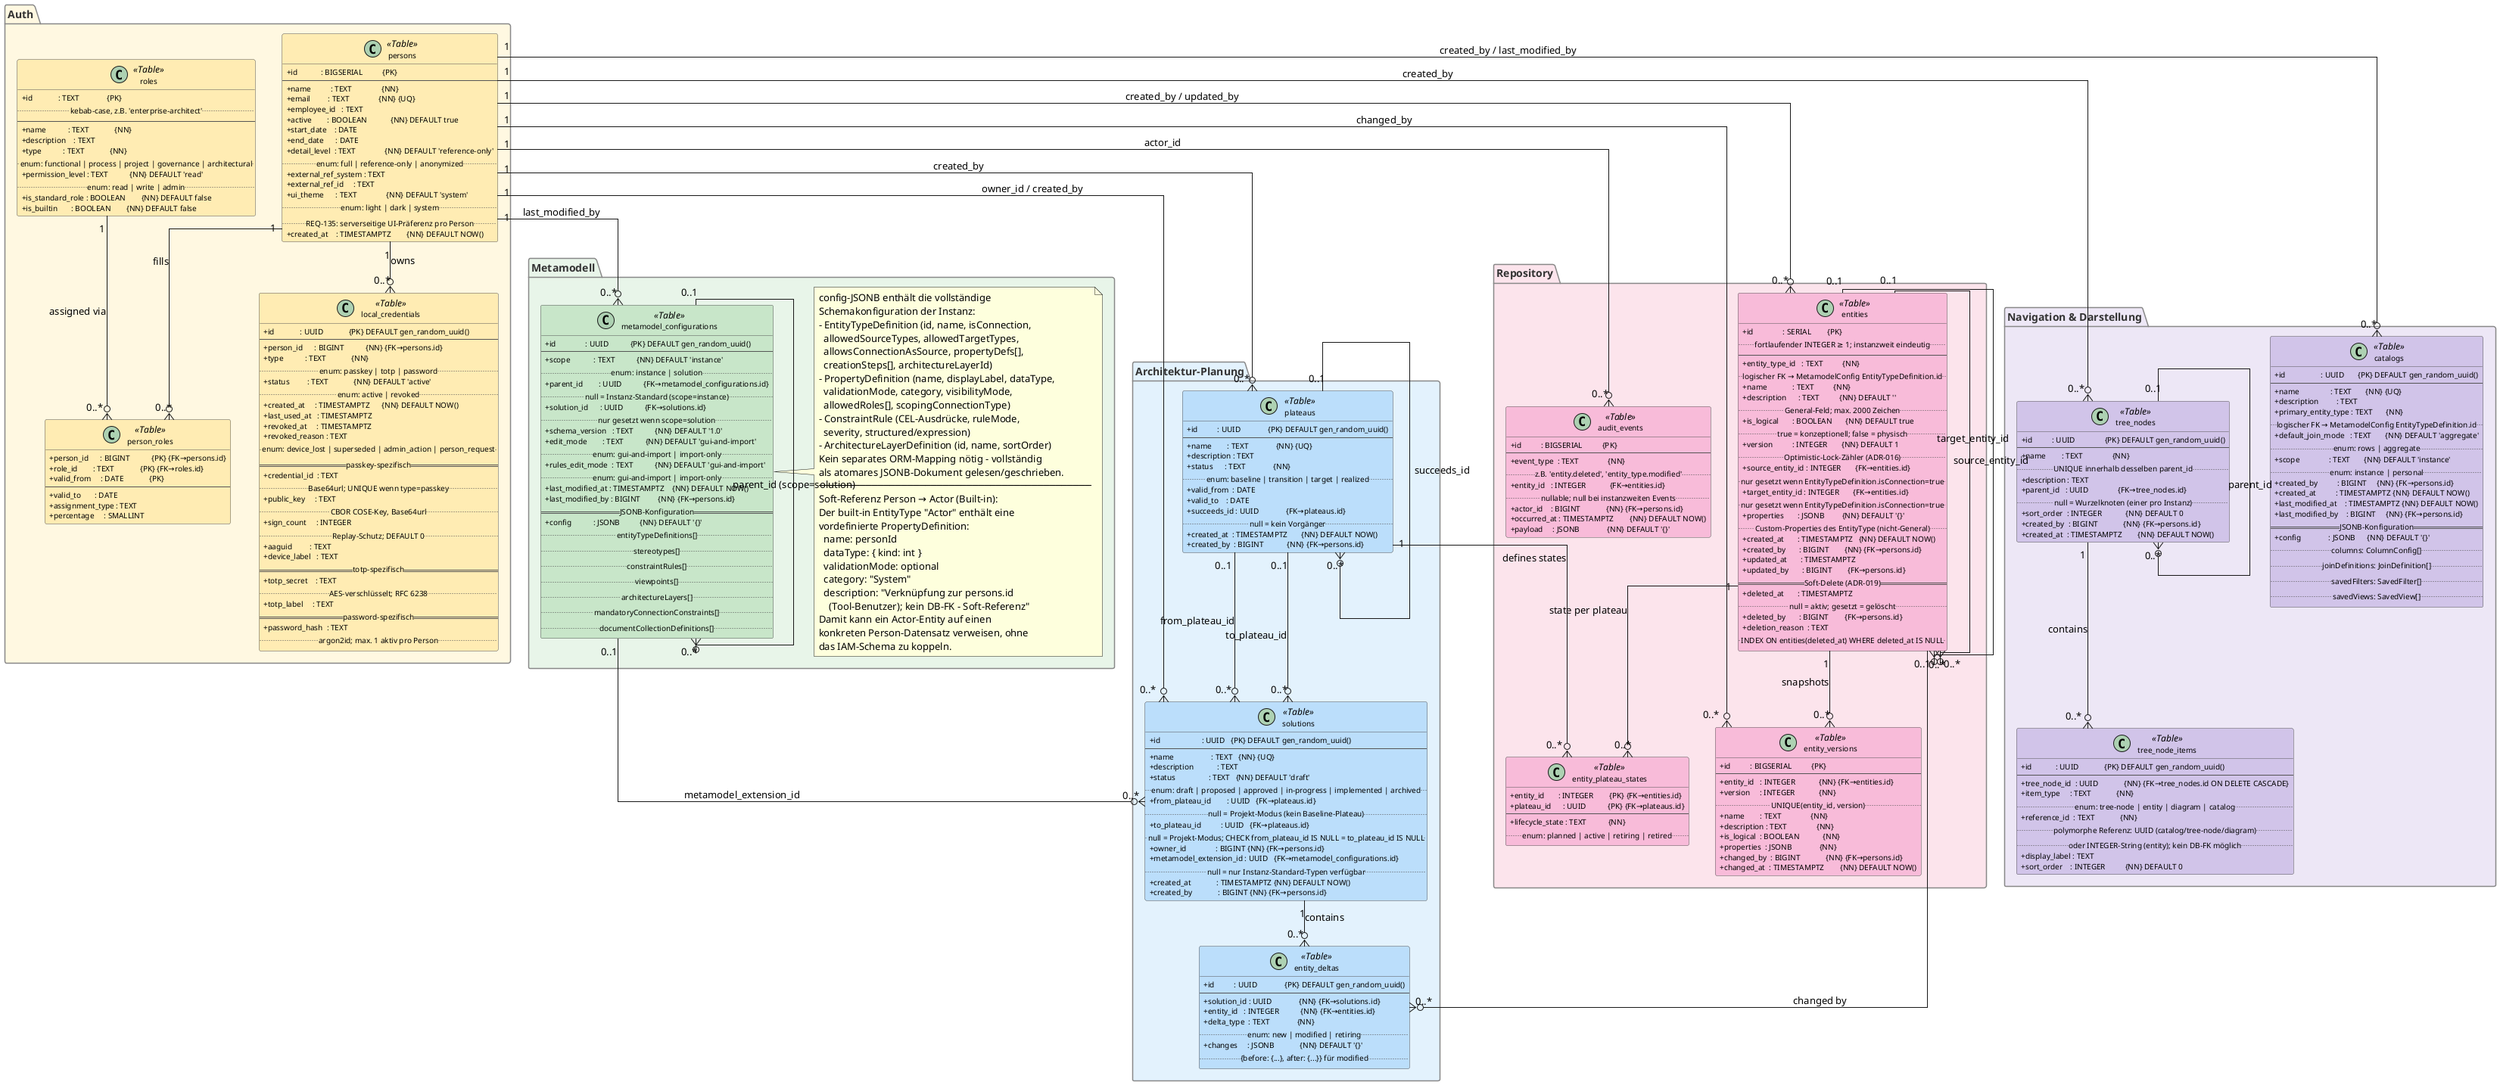
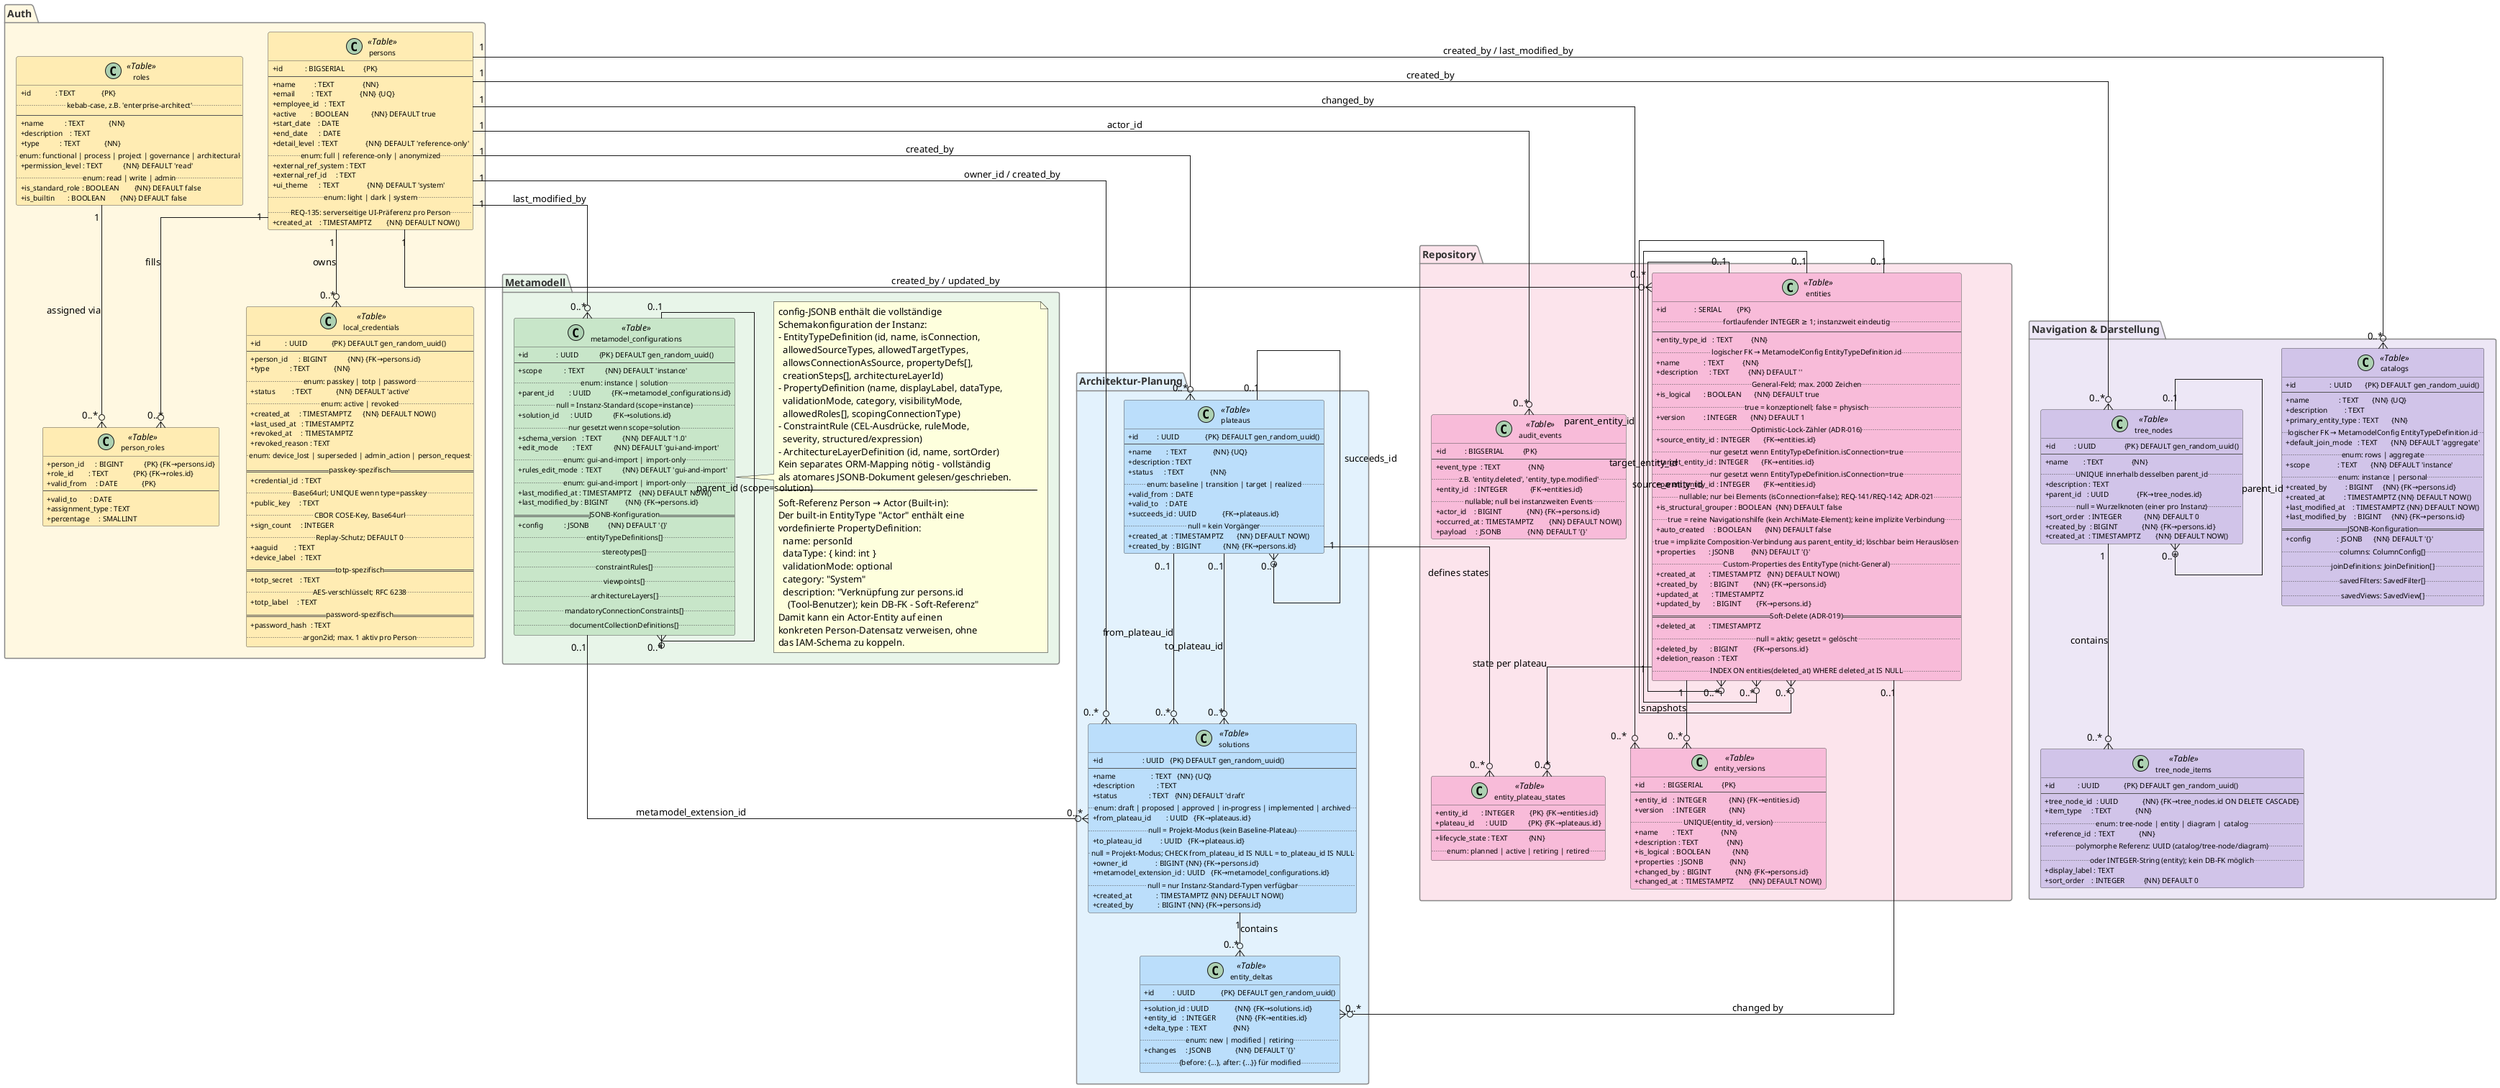
@startuml OEA – Datenmodell

' ─────────────────────────────────────────────────────
' Stil
' ─────────────────────────────────────────────────────
skinparam linetype ortho
skinparam classAttributeIconSize 0
skinparam class {
  BackgroundColor White
  BorderColor #555555
  FontSize 11
  AttributeFontSize 10
}
skinparam package {
  BorderColor #888888
  FontColor #333333
  BackgroundColor #F8F8F8
}
hide empty methods

' ─────────────────────────────────────────────────────
' Legende Konventionen
' {PK}   Primary Key
' {FK}   Foreign Key
' {UQ}   Unique Constraint
' {NN}   NOT NULL (implizit bei PK; explizit bei anderen)
' Enums als Kommentar: -- enum: a|b|c
' ─────────────────────────────────────────────────────

' ╔══════════════════════════════════════════════════════╗
' ║  AUTH                                               ║
' ╚══════════════════════════════════════════════════════╝
package "Auth" #FFF8E1 {

  class persons <<Table>> #FFECB3 {
    + id            : BIGSERIAL          {PK}
    --
    + name          : TEXT               {NN}
    + email         : TEXT               {NN} {UQ}
    + employee_id   : TEXT
    + active        : BOOLEAN            {NN} DEFAULT true
    + start_date    : DATE
    + end_date      : DATE
    + detail_level  : TEXT               {NN} DEFAULT 'reference-only'
    .. enum: full | reference-only | anonymized ..
    + external_ref_system : TEXT
    + external_ref_id     : TEXT
    + ui_theme      : TEXT               {NN} DEFAULT 'system'
    .. enum: light | dark | system ..
    .. REQ-135: serverseitige UI-Präferenz pro Person ..
    + created_at    : TIMESTAMPTZ        {NN} DEFAULT NOW()
  }

  class roles <<Table>> #FFECB3 {
    + id             : TEXT              {PK}
    .. kebab-case, z.B. 'enterprise-architect' ..
    --
    + name           : TEXT             {NN}
    + description    : TEXT
    + type           : TEXT             {NN}
    .. enum: functional | process | project | governance | architectural ..
    + permission_level : TEXT           {NN} DEFAULT 'read'
    .. enum: read | write | admin ..
    + is_standard_role : BOOLEAN        {NN} DEFAULT false
    + is_builtin       : BOOLEAN        {NN} DEFAULT false
  }

  class person_roles <<Table>> #FFECB3 {
    + person_id      : BIGINT           {PK} {FK→persons.id}
    + role_id        : TEXT             {PK} {FK→roles.id}
    + valid_from     : DATE             {PK}
    --
    + valid_to       : DATE
    + assignment_type : TEXT
    + percentage     : SMALLINT
  }

  class local_credentials <<Table>> #FFECB3 {
    + id             : UUID             {PK} DEFAULT gen_random_uuid()
    --
    + person_id      : BIGINT           {NN} {FK→persons.id}
    + type           : TEXT             {NN}
    .. enum: passkey | totp | password ..
    + status         : TEXT             {NN} DEFAULT 'active'
    .. enum: active | revoked ..
    + created_at     : TIMESTAMPTZ      {NN} DEFAULT NOW()
    + last_used_at   : TIMESTAMPTZ
    + revoked_at     : TIMESTAMPTZ
    + revoked_reason : TEXT
    .. enum: device_lost | superseded | admin_action | person_request ..
    == passkey-spezifisch ==
    + credential_id  : TEXT
    .. Base64url; UNIQUE wenn type=passkey ..
    + public_key     : TEXT
    .. CBOR COSE-Key, Base64url ..
    + sign_count     : INTEGER
    .. Replay-Schutz; DEFAULT 0 ..
    + aaguid         : TEXT
    + device_label   : TEXT
    == totp-spezifisch ==
    + totp_secret    : TEXT
    .. AES-verschlüsselt; RFC 6238 ..
    + totp_label     : TEXT
    == password-spezifisch ==
    + password_hash  : TEXT
    .. argon2id; max. 1 aktiv pro Person ..
  }

  persons       "1" --o{ "0..*" person_roles  : fills
  roles         "1" --o{ "0..*" person_roles  : assigned via
  persons       "1" --o{ "0..*" local_credentials : owns

}

' ╔══════════════════════════════════════════════════════╗
' ║  METAMODELL                                         ║
' ╚══════════════════════════════════════════════════════╝
package "Metamodell" #E8F5E9 {

  class metamodel_configurations <<Table>> #C8E6C9 {
    + id               : UUID           {PK} DEFAULT gen_random_uuid()
    --
    + scope            : TEXT           {NN} DEFAULT 'instance'
    .. enum: instance | solution ..
    + parent_id        : UUID           {FK→metamodel_configurations.id}
    .. null = Instanz-Standard (scope=instance) ..
    + solution_id      : UUID           {FK→solutions.id}
    .. nur gesetzt wenn scope=solution ..
    + schema_version   : TEXT           {NN} DEFAULT '1.0'
    + edit_mode        : TEXT           {NN} DEFAULT 'gui-and-import'
    .. enum: gui-and-import | import-only ..
    + rules_edit_mode  : TEXT           {NN} DEFAULT 'gui-and-import'
    .. enum: gui-and-import | import-only ..
    + last_modified_at : TIMESTAMPTZ    {NN} DEFAULT NOW()
    + last_modified_by : BIGINT         {NN} {FK→persons.id}
    == JSONB-Konfiguration ==
    + config           : JSONB          {NN} DEFAULT '{}'
    .. entityTypeDefinitions[]           ..
    .. stereotypes[]                     ..
    .. constraintRules[]                 ..
    .. viewpoints[]                      ..
    .. architectureLayers[]              ..
    .. mandatoryConnectionConstraints[]  ..
    .. documentCollectionDefinitions[]   ..
  }

  note right of metamodel_configurations
    config-JSONB enthält die vollständige
    Schemakonfiguration der Instanz:
    – EntityTypeDefinition (id, name, isConnection,
      allowedSourceTypes, allowedTargetTypes,
      allowsConnectionAsSource, propertyDefs[],
      creationSteps[], architectureLayerId)
    – PropertyDefinition (name, displayLabel, dataType,
      validationMode, category, visibilityMode,
      allowedRoles[], scopingConnectionType)
    – ConstraintRule (CEL-Ausdrücke, ruleMode,
      severity, structured/expression)
    – ArchitectureLayerDefinition (id, name, sortOrder)
    Kein separates ORM-Mapping nötig – vollständig
    als atomares JSONB-Dokument gelesen/geschrieben.
    ──────────────────────────────────────────────
    Soft-Referenz Person → Actor (Built-in):
    Der built-in EntityType "Actor" enthält eine
    vordefinierte PropertyDefinition:
      name: personId
      dataType: { kind: int }
      validationMode: optional
      category: "System"
      description: "Verknüpfung zur persons.id
        (Tool-Benutzer); kein DB-FK – Soft-Referenz"
    Damit kann ein Actor-Entity auf einen
    konkreten Person-Datensatz verweisen, ohne
    das IAM-Schema zu koppeln.
  end note

  metamodel_configurations "0..1" --o{ "0..*" metamodel_configurations : parent_id (scope=solution)

}

' ╔══════════════════════════════════════════════════════╗
' ║  ARCHITEKTUR-PLANUNG                                ║
' ╚══════════════════════════════════════════════════════╝
package "Architektur-Planung" #E3F2FD {

  class plateaus <<Table>> #BBDEFB {
    + id          : UUID              {PK} DEFAULT gen_random_uuid()
    --
    + name        : TEXT              {NN} {UQ}
    + description : TEXT
    + status      : TEXT              {NN}
    .. enum: baseline | transition | target | realized ..
    + valid_from  : DATE
    + valid_to    : DATE
    + succeeds_id : UUID              {FK→plateaus.id}
    .. null = kein Vorgänger ..
    + created_at  : TIMESTAMPTZ       {NN} DEFAULT NOW()
    + created_by  : BIGINT            {NN} {FK→persons.id}
  }

  class solutions <<Table>> #BBDEFB {
    + id                     : UUID   {PK} DEFAULT gen_random_uuid()
    --
    + name                   : TEXT   {NN} {UQ}
    + description            : TEXT
    + status                 : TEXT   {NN} DEFAULT 'draft'
    .. enum: draft | proposed | approved | in-progress | implemented | archived ..
    + from_plateau_id        : UUID   {FK→plateaus.id}
    .. null = Projekt-Modus (kein Baseline-Plateau) ..
    + to_plateau_id          : UUID   {FK→plateaus.id}
    .. null = Projekt-Modus; CHECK from_plateau_id IS NULL = to_plateau_id IS NULL ..
    + owner_id               : BIGINT {NN} {FK→persons.id}
    + metamodel_extension_id : UUID   {FK→metamodel_configurations.id}
    .. null = nur Instanz-Standard-Typen verfügbar ..
    + created_at             : TIMESTAMPTZ {NN} DEFAULT NOW()
    + created_by             : BIGINT {NN} {FK→persons.id}
  }

  class entity_deltas <<Table>> #BBDEFB {
    + id          : UUID              {PK} DEFAULT gen_random_uuid()
    --
    + solution_id : UUID              {NN} {FK→solutions.id}
    + entity_id   : INTEGER           {NN} {FK→entities.id}
    + delta_type  : TEXT              {NN}
    .. enum: new | modified | retiring ..
    + changes     : JSONB             {NN} DEFAULT '{}'
    .. {before: {...}, after: {...}} für modified ..
  }

  plateaus "0..1" --o{ "0..*" plateaus     : succeeds_id
  plateaus "0..1" --o{ "0..*" solutions    : from_plateau_id
  plateaus "0..1" --o{ "0..*" solutions    : to_plateau_id
  solutions "1"   --o{ "0..*" entity_deltas : contains
  metamodel_configurations "0..1" --o{ "0..*" solutions : metamodel_extension_id

}

' ╔══════════════════════════════════════════════════════╗
' ║  REPOSITORY (Kern-Datenhaltung)                     ║
' ╚══════════════════════════════════════════════════════╝
package "Repository" #FCE4EC {

  class entities <<Table>> #F8BBD9 {
    + id               : SERIAL        {PK}
    .. fortlaufender INTEGER ≥ 1; instanzweit eindeutig ..
    --
    + entity_type_id   : TEXT          {NN}
    .. logischer FK → MetamodelConfig EntityTypeDefinition.id ..
    + name             : TEXT          {NN}
    + description      : TEXT          {NN} DEFAULT ''
    .. General-Feld; max. 2000 Zeichen ..
    + is_logical       : BOOLEAN       {NN} DEFAULT true
    .. true = konzeptionell; false = physisch ..
    + version          : INTEGER       {NN} DEFAULT 1
    .. Optimistic-Lock-Zähler (ADR-016) ..
    + source_entity_id : INTEGER       {FK→entities.id}
    .. nur gesetzt wenn EntityTypeDefinition.isConnection=true ..
    + target_entity_id : INTEGER       {FK→entities.id}
    .. nur gesetzt wenn EntityTypeDefinition.isConnection=true ..
+     + parent_entity_id : INTEGER       {FK→entities.id}
+     .. nullable; nur bei Elements (isConnection=false); REQ-141/REQ-142; ADR-021 ..
+     + is_structural_grouper : BOOLEAN  {NN} DEFAULT false
+     .. true = reine Navigationshilfe (kein ArchiMate-Element); keine implizite Verbindung ..
+     + auto_created     : BOOLEAN       {NN} DEFAULT false
+     .. true = implizite Composition-Verbindung aus parent_entity_id; löschbar beim Herauslösen ..
    + properties       : JSONB         {NN} DEFAULT '{}'
    .. Custom-Properties des EntityType (nicht-General) ..
    + created_at       : TIMESTAMPTZ   {NN} DEFAULT NOW()
    + created_by       : BIGINT        {NN} {FK→persons.id}
    + updated_at       : TIMESTAMPTZ
    + updated_by       : BIGINT        {FK→persons.id}
    == Soft-Delete (ADR-019) ==
    + deleted_at       : TIMESTAMPTZ
    .. null = aktiv; gesetzt = gelöscht ..
    + deleted_by       : BIGINT        {FK→persons.id}
    + deletion_reason  : TEXT
    .. INDEX ON entities(deleted_at) WHERE deleted_at IS NULL ..
  }

  class entity_versions <<Table>> #F8BBD9 {
    + id          : BIGSERIAL          {PK}
    --
    + entity_id   : INTEGER            {NN} {FK→entities.id}
    + version     : INTEGER            {NN}
    .. UNIQUE(entity_id, version) ..
    + name        : TEXT               {NN}
    + description : TEXT               {NN}
    + is_logical  : BOOLEAN            {NN}
    + properties  : JSONB              {NN}
    + changed_by  : BIGINT             {NN} {FK→persons.id}
    + changed_at  : TIMESTAMPTZ        {NN} DEFAULT NOW()
  }

  class entity_plateau_states <<Table>> #F8BBD9 {
    + entity_id       : INTEGER        {PK} {FK→entities.id}
    + plateau_id      : UUID           {PK} {FK→plateaus.id}
    --
    + lifecycle_state : TEXT           {NN}
    .. enum: planned | active | retiring | retired ..
  }

  class audit_events <<Table>> #F8BBD9 {
    + id          : BIGSERIAL          {PK}
    --
    + event_type  : TEXT               {NN}
    .. z.B. 'entity.deleted', 'entity_type.modified' ..
    + entity_id   : INTEGER            {FK→entities.id}
    .. nullable; null bei instanzweiten Events ..
    + actor_id    : BIGINT             {NN} {FK→persons.id}
    + occurred_at : TIMESTAMPTZ        {NN} DEFAULT NOW()
    + payload     : JSONB              {NN} DEFAULT '{}'
  }

  entities         "1" --o{ "0..*" entity_versions       : snapshots
  entities         "0..1" --o{ "0..*" entities           : source_entity_id
  entities         "0..1" --o{ "0..*" entities           : target_entity_id
+   entities         "0..1" --o{ "0..*" entities           : parent_entity_id
  entities         "1" --o{ "0..*" entity_plateau_states : state per plateau
  plateaus         "1" --o{ "0..*" entity_plateau_states : defines states
  entities         "0..1" --o{ "0..*" entity_deltas      : changed by

}

' ╔══════════════════════════════════════════════════════╗
' ║  NAVIGATION & DARSTELLUNG                           ║
' ╚══════════════════════════════════════════════════════╝
package "Navigation & Darstellung" #EDE7F6 {

  class catalogs <<Table>> #D1C4E9 {
    + id                  : UUID       {PK} DEFAULT gen_random_uuid()
    --
    + name                : TEXT       {NN} {UQ}
    + description         : TEXT
    + primary_entity_type : TEXT       {NN}
    .. logischer FK → MetamodelConfig EntityTypeDefinition.id ..
    + default_join_mode   : TEXT       {NN} DEFAULT 'aggregate'
    .. enum: rows | aggregate ..
    + scope               : TEXT       {NN} DEFAULT 'instance'
    .. enum: instance | personal ..
    + created_by          : BIGINT     {NN} {FK→persons.id}
    + created_at          : TIMESTAMPTZ {NN} DEFAULT NOW()
    + last_modified_at    : TIMESTAMPTZ {NN} DEFAULT NOW()
    + last_modified_by    : BIGINT     {NN} {FK→persons.id}
    == JSONB-Konfiguration ==
    + config              : JSONB      {NN} DEFAULT '{}'
    .. columns: ColumnConfig[]         ..
    .. joinDefinitions: JoinDefinition[]   ..
    .. savedFilters: SavedFilter[]         ..
    .. savedViews: SavedView[]             ..
  }

  class tree_nodes <<Table>> #D1C4E9 {
    + id          : UUID               {PK} DEFAULT gen_random_uuid()
    --
    + name        : TEXT               {NN}
    .. UNIQUE innerhalb desselben parent_id ..
    + description : TEXT
    + parent_id   : UUID               {FK→tree_nodes.id}
    .. null = Wurzelknoten (einer pro Instanz) ..
    + sort_order  : INTEGER            {NN} DEFAULT 0
    + created_by  : BIGINT             {NN} {FK→persons.id}
    + created_at  : TIMESTAMPTZ        {NN} DEFAULT NOW()
  }

  class tree_node_items <<Table>> #D1C4E9 {
    + id            : UUID             {PK} DEFAULT gen_random_uuid()
    --
    + tree_node_id  : UUID             {NN} {FK→tree_nodes.id ON DELETE CASCADE}
    + item_type     : TEXT             {NN}
    .. enum: tree-node | entity | diagram | catalog ..
    + reference_id  : TEXT             {NN}
    .. polymorphe Referenz: UUID (catalog/tree-node/diagram) ..
    .. oder INTEGER-String (entity); kein DB-FK möglich ..
    + display_label : TEXT
    + sort_order    : INTEGER          {NN} DEFAULT 0
  }

  tree_nodes      "0..1" --o{ "0..*" tree_nodes       : parent_id
  tree_nodes      "1"    --o{ "0..*" tree_node_items  : contains

}

' ─────────────────────────────────────────────────────
' Cross-Package-Beziehungen
' ─────────────────────────────────────────────────────
persons "1" --o{ "0..*" entities               : created_by / updated_by
persons "1" --o{ "0..*" solutions              : owner_id / created_by
persons "1" --o{ "0..*" plateaus               : created_by
persons "1" --o{ "0..*" metamodel_configurations : last_modified_by
persons "1" --o{ "0..*" catalogs               : created_by / last_modified_by
persons "1" --o{ "0..*" tree_nodes             : created_by
persons "1" --o{ "0..*" entity_versions        : changed_by
persons "1" --o{ "0..*" audit_events           : actor_id

@enduml
